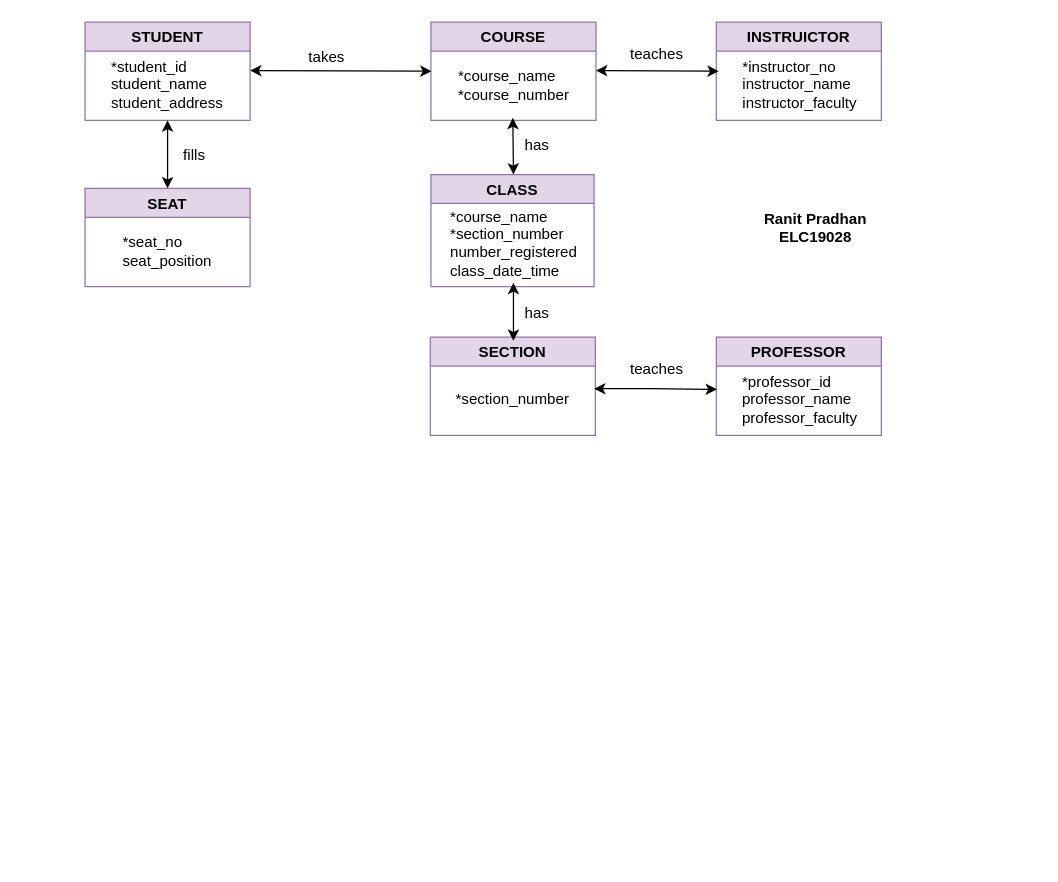
Above: DBMS/ Assignment1_ERD.drawio in RanitPradhan/Academics (draw.io), before the change. Source tidied: cells renumbered, new cells numbered last; positions are measured from the earlier drawing's top-left corner, leaving out a move shared by most shapes. Both pictures are drawn from the tidied source at 126%, with x=0, y=0 at pixel (84, 21).
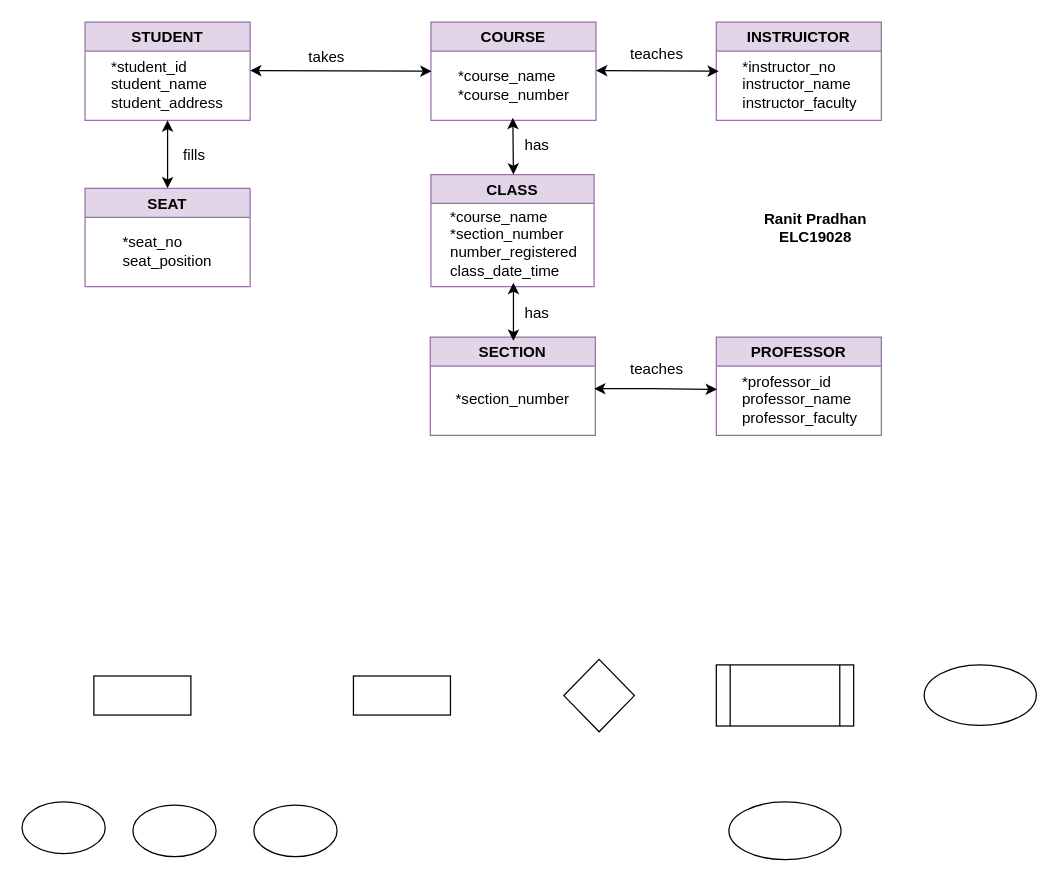
After the change.

The edit, as a diff of the source:
```diff
@@
+    <mxCell id="29" style="rounded=0;whiteSpace=wrap;html=1;gradientColor=none;" parent="1" vertex="1">
+      <mxGeometry x="7" y="519" width="77" height="31" as="geometry" />
+    </mxCell>
+    <mxCell id="30" style="rounded=0;whiteSpace=wrap;html=1;gradientColor=none;" parent="1" vertex="1">
+      <mxGeometry x="213" y="519" width="77" height="31" as="geometry" />
+    </mxCell>
+    <mxCell id="31" style="rhombus;whiteSpace=wrap;html=1;gradientColor=none;" parent="1" vertex="1">
+      <mxGeometry x="380" y="505.8" width="56" height="57.5" as="geometry" />
+    </mxCell>
+    <mxCell id="32" style="shape=process;whiteSpace=wrap;html=1;backgroundOutline=1;gradientColor=none;" parent="1" vertex="1">
+      <mxGeometry x="501" y="510.2" width="109" height="48.5" as="geometry" />
+    </mxCell>
+    <mxCell id="33" style="ellipse;whiteSpace=wrap;html=1;gradientColor=none;" parent="1" vertex="1">
+      <mxGeometry x="666" y="510.2" width="89" height="48" as="geometry" />
+    </mxCell>
+    <mxCell id="34" style="ellipse;whiteSpace=wrap;html=1;gradientColor=none;" parent="1" vertex="1">
+      <mxGeometry x="511" y="619" width="89" height="45.8" as="geometry" />
+    </mxCell>
+    <mxCell id="35" style="ellipse;whiteSpace=wrap;html=1;gradientColor=none;" parent="1" vertex="1">
+      <mxGeometry x="-50" y="619" width="66" height="41" as="geometry" />
+    </mxCell>
+    <mxCell id="36" style="ellipse;whiteSpace=wrap;html=1;gradientColor=none;" parent="1" vertex="1">
+      <mxGeometry x="38" y="621.4" width="66" height="41" as="geometry" />
+    </mxCell>
+    <mxCell id="37" style="ellipse;whiteSpace=wrap;html=1;gradientColor=none;" parent="1" vertex="1">
+      <mxGeometry x="134" y="621.4" width="66" height="41" as="geometry" />
+    </mxCell>
```
